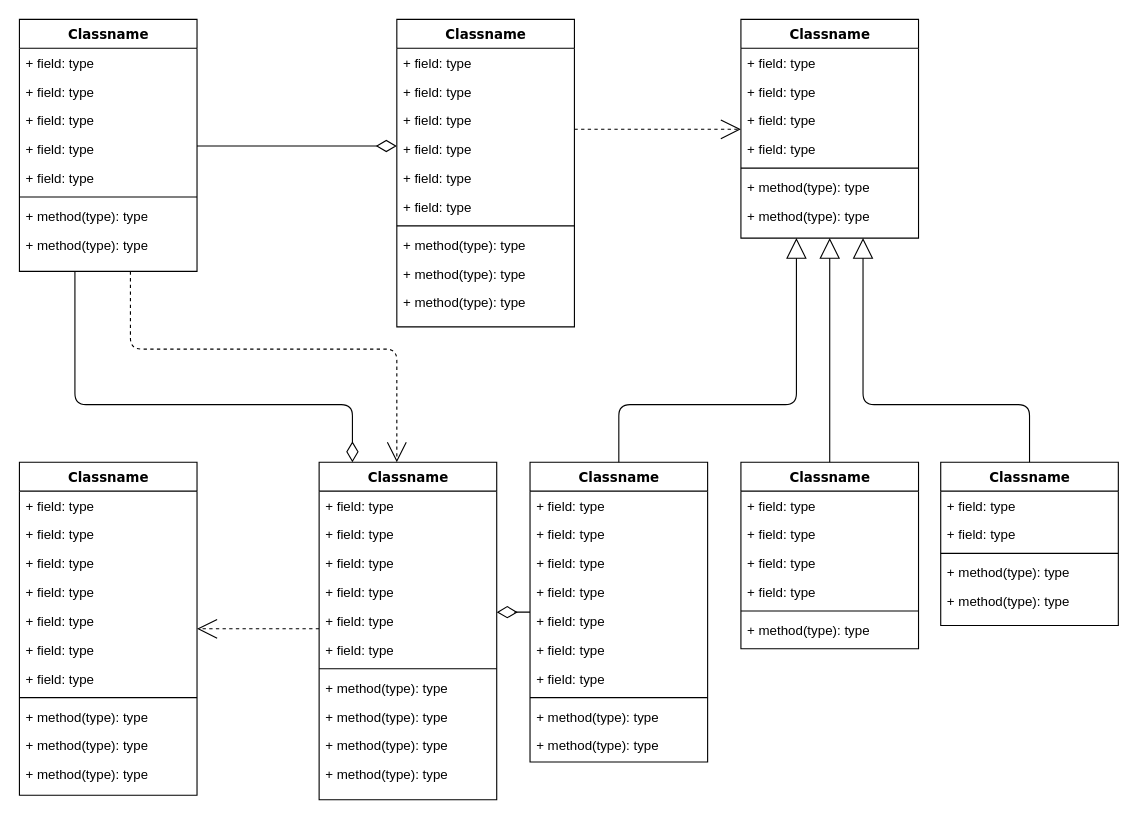
Above: documentation/Class Diagram.drawio in levylabpitt/LV-Data (draw.io), before the change. Source tidied: cells renumbered, new cells numbered last; positions are measured from the earlier drawing's top-left corner, leaving out a move shared by most shapes. Both pictures are drawn from the tidied source at 111%, with x=0, y=0 at pixel (19, 19).
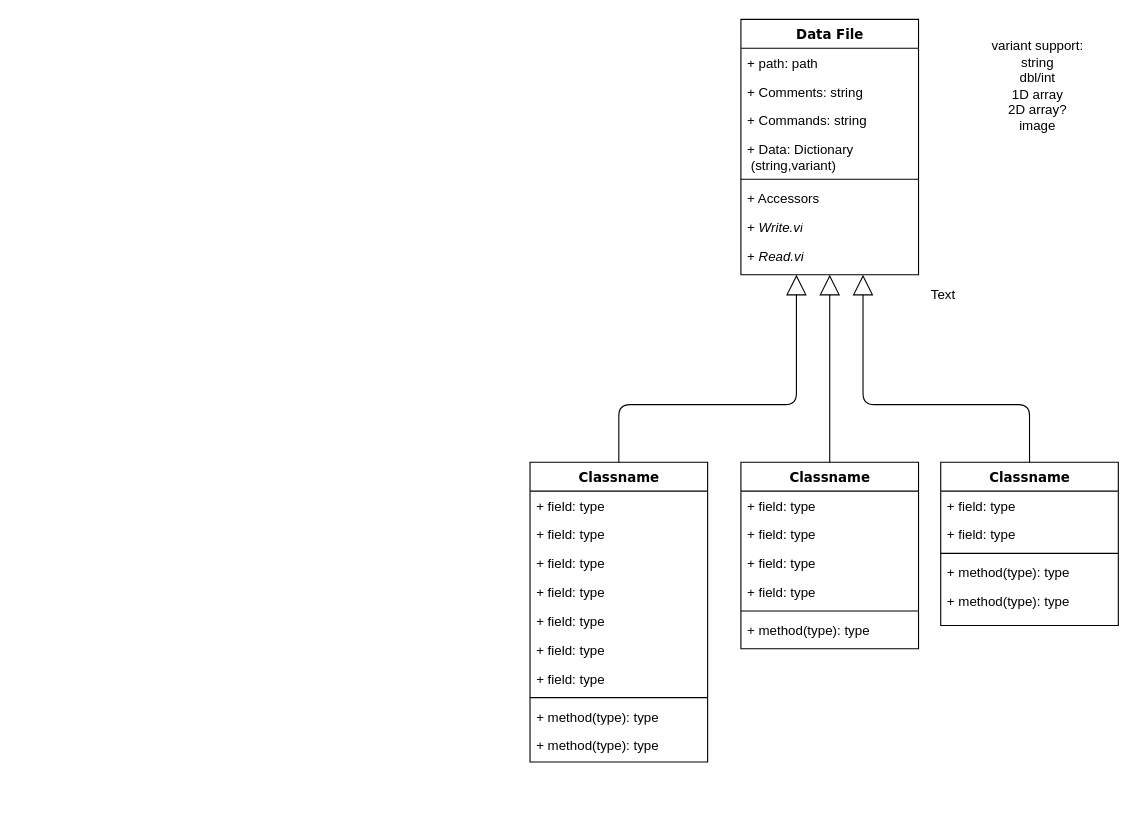
Above is the later version.

The change refers to these unchanged cells:
```xml
<mxCell id="60" value="Classname" style="swimlane;html=1;fontStyle=1;align=center;verticalAlign=top;horizontal=1;startSize=26;swimlaneFillColor=#ffffff;rounded=0;shadow=0;comic=0;labelBackgroundColor=none;strokeWidth=1;fillColor=none;fontFamily=Verdana;fontSize=12;" parent="1" vertex="1">
  <mxGeometry x="460" y="399" width="160" height="270" as="geometry" />
</mxCell>
<mxCell id="72" value="Classname" style="swimlane;html=1;fontStyle=1;align=center;verticalAlign=top;horizontal=1;startSize=26;swimlaneFillColor=#ffffff;rounded=0;shadow=0;comic=0;labelBackgroundColor=none;strokeWidth=1;fillColor=none;fontFamily=Verdana;fontSize=12;" parent="1" vertex="1">
  <mxGeometry x="650" y="399" width="160" height="168" as="geometry" />
</mxCell>
<mxCell id="80" value="Classname" style="swimlane;html=1;fontStyle=1;align=center;verticalAlign=top;horizontal=1;startSize=26;swimlaneFillColor=#ffffff;rounded=0;shadow=0;comic=0;labelBackgroundColor=none;strokeWidth=1;fillColor=none;fontFamily=Verdana;fontSize=12;" parent="1" vertex="1">
  <mxGeometry x="830" y="399" width="160" height="147" as="geometry" />
</mxCell>
```

What changed in the source:
```diff
@@
-    <mxCell id="2" style="edgeStyle=orthogonalEdgeStyle;html=1;labelBackgroundColor=none;startFill=0;startSize=8;endArrow=open;endFill=0;endSize=16;fontFamily=Verdana;fontSize=12;dashed=1;" parent="1" edge="1" source="4" target="47">
-      <mxGeometry relative="1" as="geometry">
-        <Array as="points">
-          <mxPoint x="100" y="297" />
-          <mxPoint x="340" y="297" />
-        </Array>
-      </mxGeometry>
-    </mxCell>
-    <mxCell id="3" style="edgeStyle=orthogonalEdgeStyle;html=1;labelBackgroundColor=none;startFill=0;startSize=8;endArrow=diamondThin;endFill=0;endSize=16;fontFamily=Verdana;fontSize=12;" parent="1" edge="1" source="4" target="47">
-      <mxGeometry relative="1" as="geometry">
-        <Array as="points">
-          <mxPoint x="50" y="347" />
-          <mxPoint x="300" y="347" />
-        </Array>
-      </mxGeometry>
-    </mxCell>
-    <mxCell id="4" value="Classname" style="swimlane;html=1;fontStyle=1;align=center;verticalAlign=top;horizontal=1;startSize=26;swimlaneFillColor=#ffffff;rounded=0;shadow=0;comic=0;labelBackgroundColor=none;strokeWidth=1;fillColor=none;fontFamily=Verdana;fontSize=12;" parent="1" vertex="1">
-      <mxGeometry width="160" height="227" as="geometry" />
-    </mxCell>
-    <mxCell id="5" value="+ field: type" style="text;html=1;strokeColor=none;fillColor=none;align=left;verticalAlign=top;spacingLeft=4;spacingRight=4;whiteSpace=wrap;overflow=hidden;" parent="4" vertex="1">
-      <mxGeometry y="26" width="160" height="26" as="geometry" />
-    </mxCell>
-    <mxCell id="6" value="+ field: type" style="text;html=1;strokeColor=none;fillColor=none;align=left;verticalAlign=top;spacingLeft=4;spacingRight=4;whiteSpace=wrap;overflow=hidden;" parent="4" vertex="1">
-      <mxGeometry y="52" width="160" height="26" as="geometry" />
-    </mxCell>
-    <mxCell id="7" value="+ field: type" style="text;html=1;strokeColor=none;fillColor=none;align=left;verticalAlign=top;spacingLeft=4;spacingRight=4;whiteSpace=wrap;overflow=hidden;" parent="4" vertex="1">
-      <mxGeometry y="78" width="160" height="26" as="geometry" />
-    </mxCell>
-    <mxCell id="8" value="+ field: type" style="text;html=1;strokeColor=none;fillColor=none;align=left;verticalAlign=top;spacingLeft=4;spacingRight=4;whiteSpace=wrap;overflow=hidden;" parent="4" vertex="1">
-      <mxGeometry y="104" width="160" height="26" as="geometry" />
-    </mxCell>
-    <mxCell id="9" value="+ field: type" style="text;html=1;strokeColor=none;fillColor=none;align=left;verticalAlign=top;spacingLeft=4;spacingRight=4;whiteSpace=wrap;overflow=hidden;" parent="4" vertex="1">
-      <mxGeometry y="130" width="160" height="26" as="geometry" />
-    </mxCell>
-    <mxCell id="10" style="line;html=1;strokeWidth=1;fillColor=none;align=left;verticalAlign=middle;spacingTop=-1;spacingLeft=3;spacingRight=3;labelPosition=right;" parent="4" vertex="1">
-      <mxGeometry y="156" width="160" height="8" as="geometry" />
-    </mxCell>
-    <mxCell id="11" value="+ method(type): type" style="text;html=1;strokeColor=none;fillColor=none;align=left;verticalAlign=top;spacingLeft=4;spacingRight=4;whiteSpace=wrap;overflow=hidden;" parent="4" vertex="1">
-      <mxGeometry y="164" width="160" height="26" as="geometry" />
-    </mxCell>
-    <mxCell id="12" value="+ method(type): type" style="text;html=1;strokeColor=none;fillColor=none;align=left;verticalAlign=top;spacingLeft=4;spacingRight=4;whiteSpace=wrap;overflow=hidden;" parent="4" vertex="1">
-      <mxGeometry y="190" width="160" height="26" as="geometry" />
-    </mxCell>
-    <mxCell id="13" style="edgeStyle=elbowEdgeStyle;html=1;labelBackgroundColor=none;startFill=0;startSize=8;endArrow=open;endFill=0;endSize=16;fontFamily=Verdana;fontSize=12;elbow=vertical;dashed=1;" parent="1" edge="1" source="14" target="25">
-      <mxGeometry relative="1" as="geometry" />
-    </mxCell>
-    <mxCell id="14" value="Classname" style="swimlane;html=1;fontStyle=1;align=center;verticalAlign=top;horizontal=1;startSize=26;swimlaneFillColor=#ffffff;rounded=0;shadow=0;comic=0;labelBackgroundColor=none;strokeWidth=1;fillColor=none;fontFamily=Verdana;fontSize=12;" parent="1" vertex="1">
-      <mxGeometry x="340" width="160" height="277" as="geometry" />
-    </mxCell>
-    <mxCell id="15" value="+ field: type" style="text;html=1;strokeColor=none;fillColor=none;align=left;verticalAlign=top;spacingLeft=4;spacingRight=4;whiteSpace=wrap;overflow=hidden;" parent="14" vertex="1">
-      <mxGeometry y="26" width="160" height="26" as="geometry" />
-    </mxCell>
-    <mxCell id="16" value="+ field: type" style="text;html=1;strokeColor=none;fillColor=none;align=left;verticalAlign=top;spacingLeft=4;spacingRight=4;whiteSpace=wrap;overflow=hidden;" parent="14" vertex="1">
-      <mxGeometry y="52" width="160" height="26" as="geometry" />
-    </mxCell>
-    <mxCell id="17" value="+ field: type" style="text;html=1;strokeColor=none;fillColor=none;align=left;verticalAlign=top;spacingLeft=4;spacingRight=4;whiteSpace=wrap;overflow=hidden;" parent="14" vertex="1">
-      <mxGeometry y="78" width="160" height="26" as="geometry" />
-    </mxCell>
-    <mxCell id="18" value="+ field: type" style="text;html=1;strokeColor=none;fillColor=none;align=left;verticalAlign=top;spacingLeft=4;spacingRight=4;whiteSpace=wrap;overflow=hidden;" parent="14" vertex="1">
-      <mxGeometry y="104" width="160" height="26" as="geometry" />
-    </mxCell>
-    <mxCell id="19" value="+ field: type" style="text;html=1;strokeColor=none;fillColor=none;align=left;verticalAlign=top;spacingLeft=4;spacingRight=4;whiteSpace=wrap;overflow=hidden;" parent="14" vertex="1">
-      <mxGeometry y="130" width="160" height="26" as="geometry" />
-    </mxCell>
-    <mxCell id="20" value="+ field: type" style="text;html=1;strokeColor=none;fillColor=none;align=left;verticalAlign=top;spacingLeft=4;spacingRight=4;whiteSpace=wrap;overflow=hidden;" parent="14" vertex="1">
-      <mxGeometry y="156" width="160" height="26" as="geometry" />
-    </mxCell>
-    <mxCell id="21" style="line;html=1;strokeWidth=1;fillColor=none;align=left;verticalAlign=middle;spacingTop=-1;spacingLeft=3;spacingRight=3;labelPosition=right;" parent="14" vertex="1">
-      <mxGeometry y="182" width="160" height="8" as="geometry" />
-    </mxCell>
-    <mxCell id="22" value="+ method(type): type" style="text;html=1;strokeColor=none;fillColor=none;align=left;verticalAlign=top;spacingLeft=4;spacingRight=4;whiteSpace=wrap;overflow=hidden;" parent="14" vertex="1">
-      <mxGeometry y="190" width="160" height="26" as="geometry" />
-    </mxCell>
-    <mxCell id="23" value="+ method(type): type" style="text;html=1;strokeColor=none;fillColor=none;align=left;verticalAlign=top;spacingLeft=4;spacingRight=4;whiteSpace=wrap;overflow=hidden;" parent="14" vertex="1">
-      <mxGeometry y="216" width="160" height="26" as="geometry" />
-    </mxCell>
-    <mxCell id="24" value="+ method(type): type" style="text;html=1;strokeColor=none;fillColor=none;align=left;verticalAlign=top;spacingLeft=4;spacingRight=4;whiteSpace=wrap;overflow=hidden;" parent="14" vertex="1">
-      <mxGeometry y="242" width="160" height="26" as="geometry" />
-    </mxCell>
+    <mxCell id="59" style="edgeStyle=orthogonalEdgeStyle;html=1;labelBackgroundColor=none;startFill=0;startSize=8;endArrow=block;endFill=0;endSize=16;fontFamily=Verdana;fontSize=12;" parent="1" edge="1" source="60" target="25">
+      <mxGeometry relative="1" as="geometry">
+        <Array as="points">
+          <mxPoint x="540" y="347" />
+          <mxPoint x="700" y="347" />
+        </Array>
+      </mxGeometry>
+    </mxCell>
+    <mxCell id="71" style="edgeStyle=orthogonalEdgeStyle;html=1;labelBackgroundColor=none;startFill=0;startSize=8;endArrow=block;endFill=0;endSize=16;fontFamily=Verdana;fontSize=12;" parent="1" edge="1" source="72" target="25">
+      <mxGeometry relative="1" as="geometry" />
+    </mxCell>
+    <mxCell id="79" style="edgeStyle=orthogonalEdgeStyle;html=1;labelBackgroundColor=none;startFill=0;startSize=8;endArrow=block;endFill=0;endSize=16;fontFamily=Verdana;fontSize=12;" parent="1" edge="1" source="80" target="25">
+      <mxGeometry relative="1" as="geometry">
+        <Array as="points">
+          <mxPoint x="910" y="347" />
+          <mxPoint x="760" y="347" />
+        </Array>
+      </mxGeometry>
+    </mxCell>
-    <mxCell id="25" value="Classname" style="swimlane;html=1;fontStyle=1;align=center;verticalAlign=top;horizontal=1;startSize=26;swimlaneFillColor=#ffffff;rounded=0;shadow=0;comic=0;labelBackgroundColor=none;strokeWidth=1;fillColor=none;fontFamily=Verdana;fontSize=12;" parent="1" vertex="1">
-      <mxGeometry x="650" width="160" height="197" as="geometry" />
+    <mxCell id="25" value="Data File" style="swimlane;html=1;fontStyle=1;align=center;verticalAlign=top;horizontal=1;startSize=26;swimlaneFillColor=#ffffff;rounded=0;shadow=0;comic=0;labelBackgroundColor=none;strokeWidth=1;fillColor=none;fontFamily=Verdana;fontSize=12;" parent="1" vertex="1">
+      <mxGeometry x="650" width="160" height="230" as="geometry" />
     </mxCell>
-    <mxCell id="26" value="+ field: type" style="text;html=1;strokeColor=none;fillColor=none;align=left;verticalAlign=top;spacingLeft=4;spacingRight=4;whiteSpace=wrap;overflow=hidden;" parent="25" vertex="1">
+    <mxCell id="26" value="+ path: path" style="text;html=1;strokeColor=none;fillColor=none;align=left;verticalAlign=top;spacingLeft=4;spacingRight=4;whiteSpace=wrap;overflow=hidden;" parent="25" vertex="1">
       <mxGeometry y="26" width="160" height="26" as="geometry" />
     </mxCell>
-    <mxCell id="27" value="+ field: type" style="text;html=1;strokeColor=none;fillColor=none;align=left;verticalAlign=top;spacingLeft=4;spacingRight=4;whiteSpace=wrap;overflow=hidden;" parent="25" vertex="1">
+    <mxCell id="27" value="+ Comments: string" style="text;html=1;strokeColor=none;fillColor=none;align=left;verticalAlign=top;spacingLeft=4;spacingRight=4;whiteSpace=wrap;overflow=hidden;" parent="25" vertex="1">
       <mxGeometry y="52" width="160" height="26" as="geometry" />
     </mxCell>
+    <mxCell id="87" value="+ Commands: string" style="text;html=1;strokeColor=none;fillColor=none;align=left;verticalAlign=top;spacingLeft=4;spacingRight=4;whiteSpace=wrap;overflow=hidden;" parent="25" vertex="1">
+      <mxGeometry y="78" width="160" height="26" as="geometry" />
+    </mxCell>
-    <mxCell id="28" value="+ field: type" style="text;html=1;strokeColor=none;fillColor=none;align=left;verticalAlign=top;spacingLeft=4;spacingRight=4;whiteSpace=wrap;overflow=hidden;" parent="25" vertex="1">
-      <mxGeometry y="78" width="160" height="26" as="geometry" />
+    <mxCell id="28" value="+ Data: Dictionary&lt;br&gt;&amp;nbsp;(string,variant)" style="text;html=1;strokeColor=none;fillColor=none;align=left;verticalAlign=top;spacingLeft=4;spacingRight=4;whiteSpace=wrap;overflow=hidden;" parent="25" vertex="1">
+      <mxGeometry y="104" width="160" height="36" as="geometry" />
     </mxCell>
-    <mxCell id="29" value="+ field: type" style="text;html=1;strokeColor=none;fillColor=none;align=left;verticalAlign=top;spacingLeft=4;spacingRight=4;whiteSpace=wrap;overflow=hidden;" parent="25" vertex="1">
-      <mxGeometry y="104" width="160" height="26" as="geometry" />
-    </mxCell>
     <mxCell id="30" style="line;html=1;strokeWidth=1;fillColor=none;align=left;verticalAlign=middle;spacingTop=-1;spacingLeft=3;spacingRight=3;labelPosition=right;" parent="25" vertex="1">
-      <mxGeometry y="130" width="160" height="8" as="geometry" />
+      <mxGeometry y="140" width="160" height="8" as="geometry" />
     </mxCell>
-    <mxCell id="31" value="+ method(type): type" style="text;html=1;strokeColor=none;fillColor=none;align=left;verticalAlign=top;spacingLeft=4;spacingRight=4;whiteSpace=wrap;overflow=hidden;" parent="25" vertex="1">
-      <mxGeometry y="138" width="160" height="26" as="geometry" />
+    <mxCell id="31" value="+ Accessors" style="text;html=1;strokeColor=none;fillColor=none;align=left;verticalAlign=top;spacingLeft=4;spacingRight=4;whiteSpace=wrap;overflow=hidden;" parent="25" vertex="1">
+      <mxGeometry y="148" width="160" height="26" as="geometry" />
     </mxCell>
-    <mxCell id="32" value="+ method(type): type" style="text;html=1;strokeColor=none;fillColor=none;align=left;verticalAlign=top;spacingLeft=4;spacingRight=4;whiteSpace=wrap;overflow=hidden;" parent="25" vertex="1">
-      <mxGeometry y="164" width="160" height="26" as="geometry" />
+    <mxCell id="32" value="+ &lt;i&gt;Write.vi&lt;/i&gt;" style="text;html=1;strokeColor=none;fillColor=none;align=left;verticalAlign=top;spacingLeft=4;spacingRight=4;whiteSpace=wrap;overflow=hidden;" parent="25" vertex="1">
+      <mxGeometry y="174" width="160" height="26" as="geometry" />
     </mxCell>
-    <mxCell id="33" style="edgeStyle=elbowEdgeStyle;html=1;labelBackgroundColor=none;startFill=0;startSize=8;endArrow=open;endFill=0;endSize=16;fontFamily=Verdana;fontSize=12;elbow=vertical;dashed=1;" parent="1" edge="1" source="47" target="34">
-      <mxGeometry relative="1" as="geometry" />
-    </mxCell>
-    <mxCell id="34" value="Classname" style="swimlane;html=1;fontStyle=1;align=center;verticalAlign=top;horizontal=1;startSize=26;swimlaneFillColor=#ffffff;rounded=0;shadow=0;comic=0;labelBackgroundColor=none;strokeWidth=1;fillColor=none;fontFamily=Verdana;fontSize=12;" parent="1" vertex="1">
-      <mxGeometry y="399" width="160" height="300" as="geometry" />
-    </mxCell>
-    <mxCell id="35" value="+ field: type" style="text;html=1;strokeColor=none;fillColor=none;align=left;verticalAlign=top;spacingLeft=4;spacingRight=4;whiteSpace=wrap;overflow=hidden;" parent="34" vertex="1">
-      <mxGeometry y="26" width="160" height="26" as="geometry" />
-    </mxCell>
-    <mxCell id="36" value="+ field: type" style="text;html=1;strokeColor=none;fillColor=none;align=left;verticalAlign=top;spacingLeft=4;spacingRight=4;whiteSpace=wrap;overflow=hidden;" parent="34" vertex="1">
-      <mxGeometry y="52" width="160" height="26" as="geometry" />
-    </mxCell>
-    <mxCell id="37" value="+ field: type" style="text;html=1;strokeColor=none;fillColor=none;align=left;verticalAlign=top;spacingLeft=4;spacingRight=4;whiteSpace=wrap;overflow=hidden;" parent="34" vertex="1">
-      <mxGeometry y="78" width="160" height="26" as="geometry" />
-    </mxCell>
-    <mxCell id="38" value="+ field: type" style="text;html=1;strokeColor=none;fillColor=none;align=left;verticalAlign=top;spacingLeft=4;spacingRight=4;whiteSpace=wrap;overflow=hidden;" parent="34" vertex="1">
-      <mxGeometry y="104" width="160" height="26" as="geometry" />
-    </mxCell>
-    <mxCell id="39" value="+ field: type" style="text;html=1;strokeColor=none;fillColor=none;align=left;verticalAlign=top;spacingLeft=4;spacingRight=4;whiteSpace=wrap;overflow=hidden;" parent="34" vertex="1">
-      <mxGeometry y="130" width="160" height="26" as="geometry" />
-    </mxCell>
-    <mxCell id="40" value="+ field: type" style="text;html=1;strokeColor=none;fillColor=none;align=left;verticalAlign=top;spacingLeft=4;spacingRight=4;whiteSpace=wrap;overflow=hidden;" parent="34" vertex="1">
-      <mxGeometry y="156" width="160" height="26" as="geometry" />
-    </mxCell>
-    <mxCell id="41" value="+ field: type" style="text;html=1;strokeColor=none;fillColor=none;align=left;verticalAlign=top;spacingLeft=4;spacingRight=4;whiteSpace=wrap;overflow=hidden;" parent="34" vertex="1">
-      <mxGeometry y="182" width="160" height="26" as="geometry" />
-    </mxCell>
-    <mxCell id="42" style="line;html=1;strokeWidth=1;fillColor=none;align=left;verticalAlign=middle;spacingTop=-1;spacingLeft=3;spacingRight=3;labelPosition=right;" parent="34" vertex="1">
-      <mxGeometry y="208" width="160" height="8" as="geometry" />
-    </mxCell>
-    <mxCell id="43" value="+ method(type): type" style="text;html=1;strokeColor=none;fillColor=none;align=left;verticalAlign=top;spacingLeft=4;spacingRight=4;whiteSpace=wrap;overflow=hidden;" parent="34" vertex="1">
-      <mxGeometry y="216" width="160" height="26" as="geometry" />
-    </mxCell>
-    <mxCell id="44" value="+ method(type): type" style="text;html=1;strokeColor=none;fillColor=none;align=left;verticalAlign=top;spacingLeft=4;spacingRight=4;whiteSpace=wrap;overflow=hidden;" parent="34" vertex="1">
-      <mxGeometry y="242" width="160" height="26" as="geometry" />
-    </mxCell>
-    <mxCell id="45" value="+ method(type): type" style="text;html=1;strokeColor=none;fillColor=none;align=left;verticalAlign=top;spacingLeft=4;spacingRight=4;whiteSpace=wrap;overflow=hidden;" parent="34" vertex="1">
-      <mxGeometry y="268" width="160" height="26" as="geometry" />
-    </mxCell>
-    <mxCell id="46" style="edgeStyle=elbowEdgeStyle;html=1;labelBackgroundColor=none;startFill=0;startSize=8;endArrow=diamondThin;endFill=0;endSize=16;fontFamily=Verdana;fontSize=12;elbow=vertical;" parent="1" edge="1" source="60" target="47">
-      <mxGeometry relative="1" as="geometry" />
-    </mxCell>
-    <mxCell id="47" value="Classname" style="swimlane;html=1;fontStyle=1;align=center;verticalAlign=top;horizontal=1;startSize=26;swimlaneFillColor=#ffffff;rounded=0;shadow=0;comic=0;labelBackgroundColor=none;strokeWidth=1;fillColor=none;fontFamily=Verdana;fontSize=12;" parent="1" vertex="1">
-      <mxGeometry x="270" y="399" width="160" height="304" as="geometry" />
-    </mxCell>
-    <mxCell id="48" value="+ field: type" style="text;html=1;strokeColor=none;fillColor=none;align=left;verticalAlign=top;spacingLeft=4;spacingRight=4;whiteSpace=wrap;overflow=hidden;" parent="47" vertex="1">
-      <mxGeometry y="26" width="160" height="26" as="geometry" />
-    </mxCell>
-    <mxCell id="49" value="+ field: type" style="text;html=1;strokeColor=none;fillColor=none;align=left;verticalAlign=top;spacingLeft=4;spacingRight=4;whiteSpace=wrap;overflow=hidden;" parent="47" vertex="1">
-      <mxGeometry y="52" width="160" height="26" as="geometry" />
-    </mxCell>
-    <mxCell id="50" value="+ field: type" style="text;html=1;strokeColor=none;fillColor=none;align=left;verticalAlign=top;spacingLeft=4;spacingRight=4;whiteSpace=wrap;overflow=hidden;" parent="47" vertex="1">
-      <mxGeometry y="78" width="160" height="26" as="geometry" />
-    </mxCell>
-    <mxCell id="51" value="+ field: type" style="text;html=1;strokeColor=none;fillColor=none;align=left;verticalAlign=top;spacingLeft=4;spacingRight=4;whiteSpace=wrap;overflow=hidden;" parent="47" vertex="1">
-      <mxGeometry y="104" width="160" height="26" as="geometry" />
-    </mxCell>
-    <mxCell id="52" value="+ field: type" style="text;html=1;strokeColor=none;fillColor=none;align=left;verticalAlign=top;spacingLeft=4;spacingRight=4;whiteSpace=wrap;overflow=hidden;" parent="47" vertex="1">
-      <mxGeometry y="130" width="160" height="26" as="geometry" />
-    </mxCell>
-    <mxCell id="53" value="+ field: type" style="text;html=1;strokeColor=none;fillColor=none;align=left;verticalAlign=top;spacingLeft=4;spacingRight=4;whiteSpace=wrap;overflow=hidden;" parent="47" vertex="1">
-      <mxGeometry y="156" width="160" height="26" as="geometry" />
-    </mxCell>
-    <mxCell id="54" style="line;html=1;strokeWidth=1;fillColor=none;align=left;verticalAlign=middle;spacingTop=-1;spacingLeft=3;spacingRight=3;labelPosition=right;" parent="47" vertex="1">
-      <mxGeometry y="182" width="160" height="8" as="geometry" />
-    </mxCell>
-    <mxCell id="55" value="+ method(type): type" style="text;html=1;strokeColor=none;fillColor=none;align=left;verticalAlign=top;spacingLeft=4;spacingRight=4;whiteSpace=wrap;overflow=hidden;" parent="47" vertex="1">
-      <mxGeometry y="190" width="160" height="26" as="geometry" />
-    </mxCell>
-    <mxCell id="56" value="+ method(type): type" style="text;html=1;strokeColor=none;fillColor=none;align=left;verticalAlign=top;spacingLeft=4;spacingRight=4;whiteSpace=wrap;overflow=hidden;" parent="47" vertex="1">
-      <mxGeometry y="216" width="160" height="26" as="geometry" />
-    </mxCell>
-    <mxCell id="57" value="+ method(type): type" style="text;html=1;strokeColor=none;fillColor=none;align=left;verticalAlign=top;spacingLeft=4;spacingRight=4;whiteSpace=wrap;overflow=hidden;" parent="47" vertex="1">
-      <mxGeometry y="242" width="160" height="26" as="geometry" />
-    </mxCell>
-    <mxCell id="58" value="+ method(type): type" style="text;html=1;strokeColor=none;fillColor=none;align=left;verticalAlign=top;spacingLeft=4;spacingRight=4;whiteSpace=wrap;overflow=hidden;" parent="47" vertex="1">
-      <mxGeometry y="268" width="160" height="26" as="geometry" />
-    </mxCell>
-    <mxCell id="59" style="edgeStyle=orthogonalEdgeStyle;html=1;labelBackgroundColor=none;startFill=0;startSize=8;endArrow=block;endFill=0;endSize=16;fontFamily=Verdana;fontSize=12;" parent="1" edge="1" source="60" target="25">
-      <mxGeometry relative="1" as="geometry">
-        <Array as="points">
-          <mxPoint x="540" y="347" />
-          <mxPoint x="700" y="347" />
-        </Array>
-      </mxGeometry>
-    </mxCell>
+    <mxCell id="88" value="+ &lt;i&gt;Read.vi&lt;/i&gt;" style="text;html=1;strokeColor=none;fillColor=none;align=left;verticalAlign=top;spacingLeft=4;spacingRight=4;whiteSpace=wrap;overflow=hidden;" parent="25" vertex="1">
+      <mxGeometry y="200" width="160" height="26" as="geometry" />
+    </mxCell>
@@
-    <mxCell id="71" style="edgeStyle=orthogonalEdgeStyle;html=1;labelBackgroundColor=none;startFill=0;startSize=8;endArrow=block;endFill=0;endSize=16;fontFamily=Verdana;fontSize=12;" parent="1" edge="1" source="72" target="25">
-      <mxGeometry relative="1" as="geometry" />
-    </mxCell>
@@
-    <mxCell id="79" style="edgeStyle=orthogonalEdgeStyle;html=1;labelBackgroundColor=none;startFill=0;startSize=8;endArrow=block;endFill=0;endSize=16;fontFamily=Verdana;fontSize=12;" parent="1" edge="1" source="80" target="25">
-      <mxGeometry relative="1" as="geometry">
-        <Array as="points">
-          <mxPoint x="910" y="347" />
-          <mxPoint x="760" y="347" />
-        </Array>
-      </mxGeometry>
-    </mxCell>
@@
-    <mxCell id="86" style="edgeStyle=elbowEdgeStyle;html=1;labelBackgroundColor=none;startFill=0;startSize=8;endArrow=diamondThin;endFill=0;endSize=16;fontFamily=Verdana;fontSize=12;elbow=vertical;" parent="1" edge="1" source="4" target="14">
-      <mxGeometry relative="1" as="geometry" />
-    </mxCell>
+    <mxCell id="89" value="variant support:&lt;br&gt;string&lt;br&gt;dbl/int&lt;br&gt;1D array&lt;br&gt;2D array?&lt;br&gt;image" style="text;html=1;align=center;verticalAlign=middle;" parent="1" vertex="1">
+      <mxGeometry x="867" y="15" width="100" height="90" as="geometry" />
+    </mxCell>
+    <mxCell id="90" value="Text" style="text;html=1;align=center;verticalAlign=middle;" parent="1" vertex="1">
+      <mxGeometry x="812" y="238" width="40" height="20" as="geometry" />
+    </mxCell>
```
